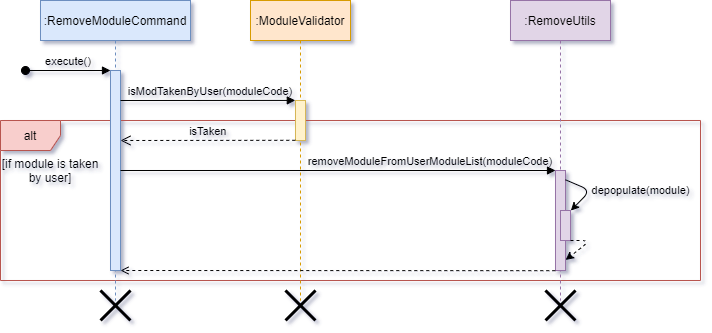
The draw.io diagram docs/images/DeveloperGuide/removeModuleCommand_sequence.png in vanessa-kang/tp, before a commit. Source tidied: cells renumbered, new cells last; positions are measured from the earlier drawing's top-left corner, leaving out a move shared by most shapes.
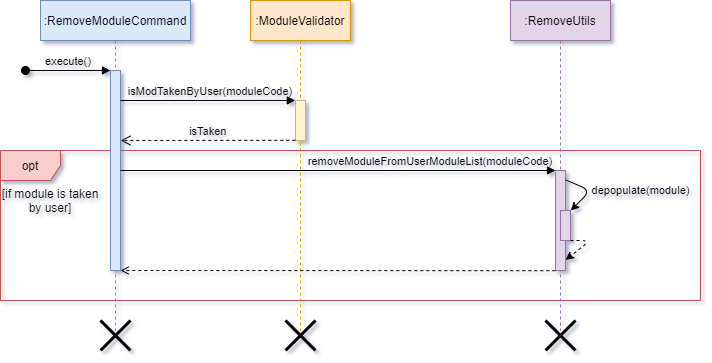
The same file after the commit.

Commit message:
Made amendments to the diagrams in DG

What changed in the source:
```diff
@@ -2,11 +2,11 @@
   <root>
     <mxCell id="0" />
     <mxCell id="1" parent="0" />
-    <mxCell id="2" value="alt" style="shape=umlFrame;whiteSpace=wrap;html=1;fillColor=#f8cecc;strokeColor=#b85450;" parent="1" vertex="1">
-      <mxGeometry y="120" width="700" height="160" as="geometry" />
+    <mxCell id="2" value="opt" style="shape=umlFrame;whiteSpace=wrap;html=1;fillColor=#f8cecc;strokeColor=#b85450;" parent="1" vertex="1">
+      <mxGeometry y="120" width="700" height="150" as="geometry" />
     </mxCell>
     <mxCell id="3" value=":RemoveModuleCommand" style="shape=umlLifeline;perimeter=lifelinePerimeter;rounded=0;shadow=0;strokeWidth=1;fillColor=#dae8fc;strokeColor=#6c8ebf;" parent="1" vertex="1">
-      <mxGeometry x="40" width="150" height="300" as="geometry" />
+      <mxGeometry x="40" y="-30" width="150" height="330" as="geometry" />
     </mxCell>
     <mxCell id="4" style="points=[];perimeter=orthogonalPerimeter;rounded=0;shadow=0;strokeWidth=1;fillColor=#dae8fc;strokeColor=#6c8ebf;" parent="3" vertex="1">
       <mxGeometry x="70" y="70" width="10" height="200" as="geometry" />
@@ -17,7 +17,7 @@
       </mxGeometry>
     </mxCell>
     <mxCell id="6" value=":RemoveUtils" style="shape=umlLifeline;perimeter=lifelinePerimeter;rounded=0;shadow=0;strokeWidth=1;fillColor=#e1d5e7;strokeColor=#9673a6;" parent="1" vertex="1">
-      <mxGeometry x="510" width="100" height="300" as="geometry" />
+      <mxGeometry x="510" y="-30" width="100" height="330" as="geometry" />
     </mxCell>
     <mxCell id="7" style="points=[];perimeter=orthogonalPerimeter;rounded=0;shadow=0;strokeWidth=1;fillColor=#e1d5e7;strokeColor=#9673a6;" parent="6" vertex="1">
       <mxGeometry x="45" y="170" width="10" height="100" as="geometry" />
@@ -34,31 +34,31 @@
       </mxGeometry>
     </mxCell>
     <mxCell id="10" value=":ModuleValidator" style="shape=umlLifeline;perimeter=lifelinePerimeter;rounded=0;shadow=0;strokeWidth=1;fillColor=#ffe6cc;strokeColor=#d79b00;" parent="1" vertex="1">
-      <mxGeometry x="250" width="100" height="300" as="geometry" />
+      <mxGeometry x="250" y="-30" width="100" height="330" as="geometry" />
     </mxCell>
     <mxCell id="11" style="points=[];perimeter=orthogonalPerimeter;rounded=0;shadow=0;strokeWidth=1;fillColor=#fff2cc;strokeColor=#d6b656;" parent="10" vertex="1">
       <mxGeometry x="45" y="100" width="10" height="40" as="geometry" />
     </mxCell>
     <mxCell id="12" value="isTaken" style="verticalAlign=bottom;endArrow=open;dashed=1;endSize=8;shadow=0;strokeWidth=1;labelBackgroundColor=none;exitX=-0.02;exitY=0.995;exitDx=0;exitDy=0;exitPerimeter=0;" parent="1" edge="1" source="11">
       <mxGeometry relative="1" as="geometry">
-        <mxPoint x="120" y="140" as="targetPoint" />
+        <mxPoint x="120" y="110" as="targetPoint" />
       </mxGeometry>
     </mxCell>
     <mxCell id="13" value="isModTakenByUser(moduleCode)" style="verticalAlign=bottom;endArrow=block;shadow=0;strokeWidth=1;labelBackgroundColor=none;entryX=-0.02;entryY=-0.002;entryDx=0;entryDy=0;entryPerimeter=0;" parent="1" edge="1" target="11">
       <mxGeometry x="0.03" relative="1" as="geometry">
-        <mxPoint x="120" y="100" as="sourcePoint" />
+        <mxPoint x="120" y="70" as="sourcePoint" />
       </mxGeometry>
     </mxCell>
     <mxCell id="14" value="removeModuleFromUserModuleList(moduleCode)" style="verticalAlign=bottom;endArrow=block;shadow=0;strokeWidth=1;labelBackgroundColor=none;" parent="1" edge="1" target="7">
       <mxGeometry x="0.43" relative="1" as="geometry">
-        <mxPoint x="120" y="170" as="sourcePoint" />
+        <mxPoint x="120" y="140" as="sourcePoint" />
       </mxGeometry>
     </mxCell>
     <mxCell id="15" style="endArrow=classic;html=1;labelBackgroundColor=none;entryX=1.005;entryY=0.895;entryDx=0;entryDy=0;entryPerimeter=0;dashed=1;" parent="1" edge="1" target="7">
       <mxGeometry relative="1" as="geometry">
-        <mxPoint x="570" y="240" as="sourcePoint" />
+        <mxPoint x="570" y="210" as="sourcePoint" />
         <Array as="points">
-          <mxPoint x="590" y="240" />
+          <mxPoint x="590" y="210" />
         </Array>
       </mxGeometry>
     </mxCell>
```
